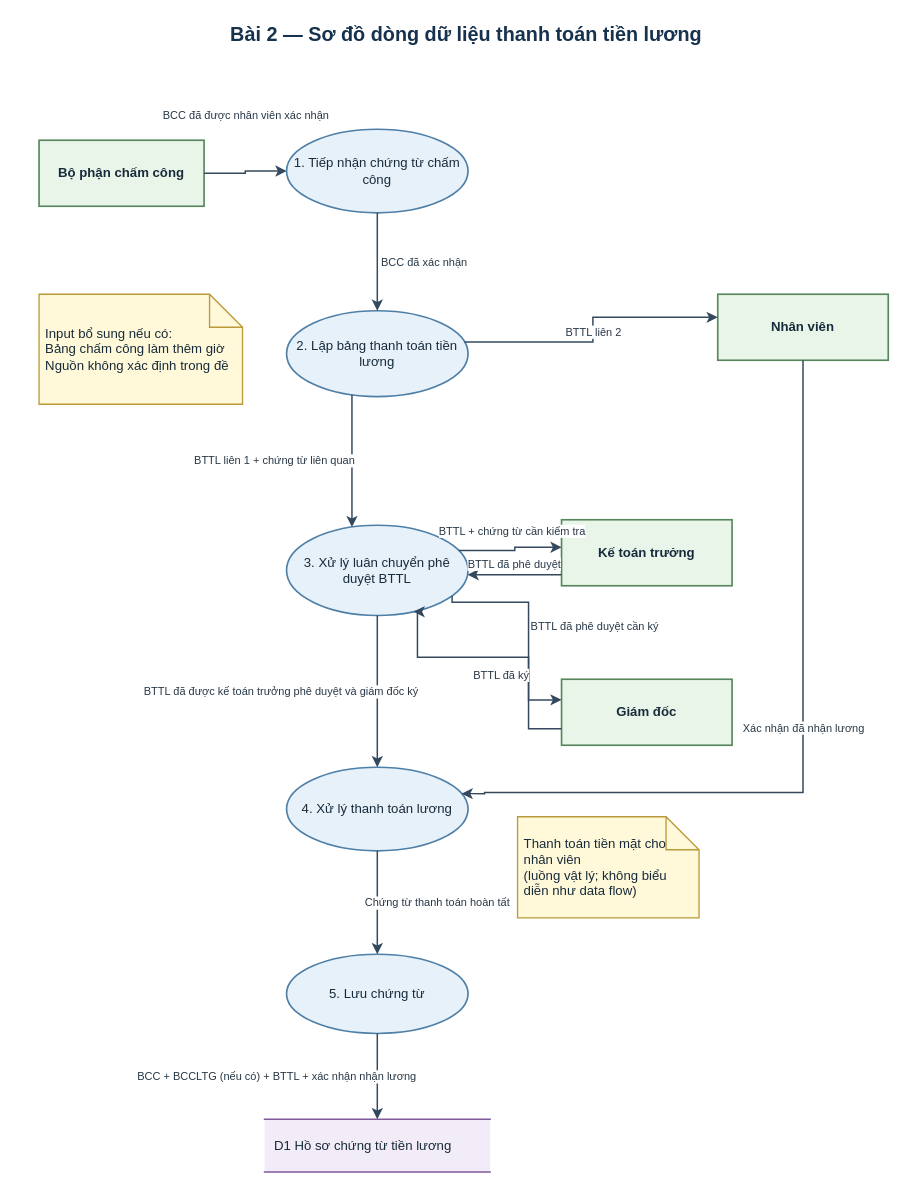
This is assets/drawio/03_payroll_payment_dfd.drawio from saigonbaddielover/thtrang, a draw.io file, before an edit. Source tidied: cells renumbered, new cells numbered last; positions are measured from the earlier drawing's top-left corner, leaving out a move shared by most shapes. Both pictures are drawn from the tidied source at 110%, with x=0, y=0 at pixel (38, 19).
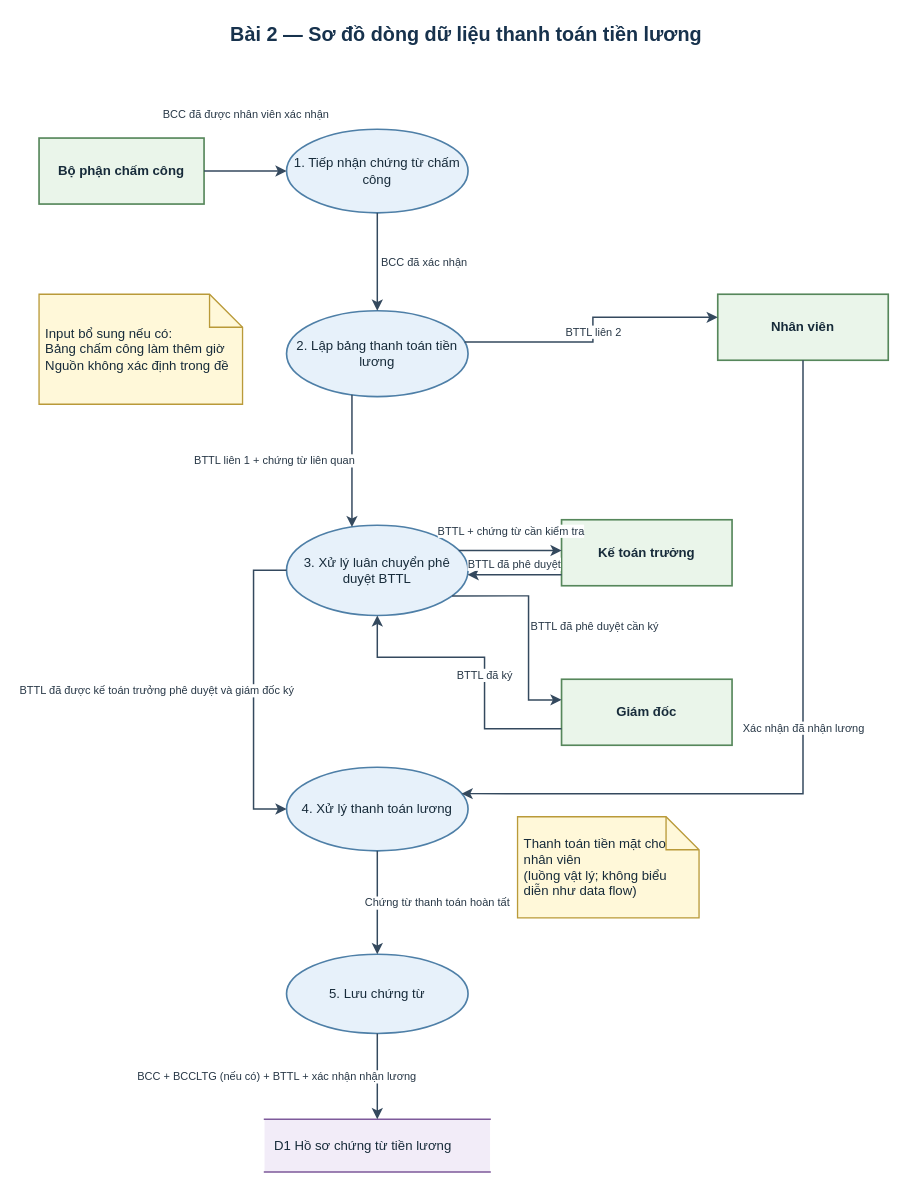
Above is the later version.

The change refers to these unchanged cells:
```xml
<mxCell id="4" value="Nhân viên" style="rounded=0;html=1;whiteSpace=wrap;fontFamily=Arial;align=center;verticalAlign=middle;fontColor=#172B3A; fontSize=11;fontStyle=1;spacing=5;fillColor=#EAF5EA;strokeColor=#56875B;strokeWidth=1.5;" parent="1" vertex="1">
  <mxGeometry x="617" y="250" width="155" height="60" as="geometry" />
</mxCell>
<mxCell id="5" value="Kế toán trưởng" style="rounded=0;html=1;whiteSpace=wrap;fontFamily=Arial;align=center;verticalAlign=middle;fontColor=#172B3A; fontSize=11;fontStyle=1;spacing=5;fillColor=#EAF5EA;strokeColor=#56875B;strokeWidth=1.5;" parent="1" vertex="1">
  <mxGeometry x="475" y="455" width="155" height="60" as="geometry" />
</mxCell>
<mxCell id="6" value="Giám đốc" style="rounded=0;html=1;whiteSpace=wrap;fontFamily=Arial;align=center;verticalAlign=middle;fontColor=#172B3A; fontSize=11;fontStyle=1;spacing=5;fillColor=#EAF5EA;strokeColor=#56875B;strokeWidth=1.5;" parent="1" vertex="1">
  <mxGeometry x="475" y="600" width="155" height="60" as="geometry" />
</mxCell>
<mxCell id="9" value="3. Xử lý luân chuyển phê duyệt BTTL" style="shape=ellipse;perimeter=ellipsePerimeter;html=1;whiteSpace=wrap;fontFamily=Arial;align=center;verticalAlign=middle;fontColor=#172B3A; fontSize=11;spacing=5;fillColor=#E7F1FA;strokeColor=#4E7FA7;strokeWidth=1.5;" parent="1" vertex="1">
  <mxGeometry x="225" y="460" width="165" height="82" as="geometry" />
</mxCell>
<mxCell id="10" value="4. Xử lý thanh toán lương" style="shape=ellipse;perimeter=ellipsePerimeter;html=1;whiteSpace=wrap;fontFamily=Arial;align=center;verticalAlign=middle;fontColor=#172B3A; fontSize=11;spacing=5;fillColor=#E7F1FA;strokeColor=#4E7FA7;strokeWidth=1.5;" parent="1" vertex="1">
  <mxGeometry x="225" y="680" width="165" height="76" as="geometry" />
</mxCell>
```

Change to the diagram source:
```diff
@@
     <mxCell id="3" value="Bộ phận chấm công" style="rounded=0;html=1;whiteSpace=wrap;fontFamily=Arial;align=center;verticalAlign=middle;fontColor=#172B3A; fontSize=11;fontStyle=1;spacing=5;fillColor=#EAF5EA;strokeColor=#56875B;strokeWidth=1.5;" parent="1" vertex="1">
-      <mxGeometry y="110" width="150" height="60" as="geometry" />
+      <mxGeometry y="108" width="150" height="60" as="geometry" />
     </mxCell>
@@
-    <mxCell id="19" value="BTTL + chứng từ cần kiểm tra" style="edgeStyle=orthogonalEdgeStyle;rounded=0;jettySize=auto;html=1;fontFamily=Arial;fontSize=10;fontColor=#273746;labelBackgroundColor=#FFFFFF;strokeColor=#34495E;strokeWidth=1.35;endArrow=classic;endFill=1;exitX=1;exitY=0.25;entryX=0;entryY=0.417;" parent="1" edge="1" source="9" target="5">
+    <mxCell id="19" value="BTTL + chứng từ cần kiểm tra" style="edgeStyle=orthogonalEdgeStyle;rounded=0;jettySize=auto;html=1;fontFamily=Arial;fontSize=10;fontColor=#273746;labelBackgroundColor=#FFFFFF;strokeColor=#34495E;strokeWidth=1.35;endArrow=classic;endFill=1;exitX=1;exitY=0.25;entryX=0;entryY=0.466;" parent="1" edge="1" source="9" target="5">
       <mxGeometry relative="1" as="geometry">
         <mxPoint y="-18" as="offset" />
       </mxGeometry>
     </mxCell>
@@
     <mxCell id="21" value="BTTL đã phê duyệt cần ký" style="edgeStyle=orthogonalEdgeStyle;rounded=0;jettySize=auto;html=1;fontFamily=Arial;fontSize=10;fontColor=#273746;labelBackgroundColor=#FFFFFF;strokeColor=#34495E;strokeWidth=1.35;endArrow=classic;endFill=1;exitX=1;exitY=0.85;entryX=0;entryY=0.3125;" parent="1" edge="1" source="9" target="6">
       <mxGeometry relative="1" as="geometry">
         <Array as="points">
-          <mxPoint x="445" y="530" />
-          <mxPoint x="445" y="618" />
+          <mxPoint x="445" y="524.2" />
+          <mxPoint x="445" y="618.8" />
         </Array>
         <mxPoint x="60" as="offset" />
       </mxGeometry>
     </mxCell>
-    <mxCell id="22" value="BTTL đã ký" style="edgeStyle=orthogonalEdgeStyle;rounded=0;jettySize=auto;html=1;fontFamily=Arial;fontSize=10;fontColor=#273746;labelBackgroundColor=#FFFFFF;strokeColor=#34495E;strokeWidth=1.35;endArrow=classic;endFill=1;exitX=0;exitY=0.75;entryX=0.72;entryY=1;" parent="1" edge="1" source="6" target="9">
+    <mxCell id="22" value="BTTL đã ký" style="edgeStyle=orthogonalEdgeStyle;rounded=0;jettySize=auto;html=1;fontFamily=Arial;fontSize=10;fontColor=#273746;labelBackgroundColor=#FFFFFF;strokeColor=#34495E;strokeWidth=1.35;endArrow=classic;endFill=1;exitX=0;exitY=0.75;entryX=0.5;entryY=1;" parent="1" edge="1" source="6" target="9">
       <mxGeometry relative="1" as="geometry">
         <Array as="points">
-          <mxPoint x="445" y="645" />
-          <mxPoint x="445" y="580" />
-          <mxPoint x="344" y="580" />
+          <mxPoint x="405" y="645" />
+          <mxPoint x="405" y="580" />
+          <mxPoint x="307.5" y="580" />
         </Array>
         <mxPoint y="16" as="offset" />
       </mxGeometry>
     </mxCell>
-    <mxCell id="23" value="BTTL đã được kế toán trưởng phê duyệt và giám đốc ký" style="edgeStyle=orthogonalEdgeStyle;rounded=0;jettySize=auto;html=1;fontFamily=Arial;fontSize=10;fontColor=#273746;labelBackgroundColor=#FFFFFF;strokeColor=#34495E;strokeWidth=1.35;endArrow=classic;endFill=1;exitX=0.5;exitY=1;entryX=0.5;entryY=0;" parent="1" edge="1" source="9" target="10">
+    <mxCell id="23" value="BTTL đã được kế toán trưởng phê duyệt và giám đốc ký" style="edgeStyle=orthogonalEdgeStyle;rounded=0;jettySize=auto;html=1;fontFamily=Arial;fontSize=10;fontColor=#273746;labelBackgroundColor=#FFFFFF;strokeColor=#34495E;strokeWidth=1.35;endArrow=classic;endFill=1;exitX=0;exitY=0.5;entryX=0;entryY=0.5;" parent="1" edge="1" source="9" target="10">
       <mxGeometry relative="1" as="geometry">
+        <Array as="points">
+          <mxPoint x="195" y="501" />
+          <mxPoint x="195" y="718" />
+        </Array>
         <mxPoint x="-88" as="offset" />
       </mxGeometry>
     </mxCell>
-    <mxCell id="24" value="Xác nhận đã nhận lương" style="edgeStyle=orthogonalEdgeStyle;rounded=0;jettySize=auto;html=1;fontFamily=Arial;fontSize=10;fontColor=#273746;labelBackgroundColor=#FFFFFF;strokeColor=#34495E;strokeWidth=1.35;endArrow=classic;endFill=1;exitX=0.5;exitY=1;entryX=1;entryY=0.3;" parent="1" edge="1" source="4" target="10">
+    <mxCell id="24" value="Xác nhận đã nhận lương" style="edgeStyle=orthogonalEdgeStyle;rounded=0;jettySize=auto;html=1;fontFamily=Arial;fontSize=10;fontColor=#273746;labelBackgroundColor=#FFFFFF;strokeColor=#34495E;strokeWidth=1.35;endArrow=classic;endFill=1;exitX=0.5;exitY=1;entryX=1;entryY=0.3026;" parent="1" edge="1" source="4" target="10">
       <mxGeometry relative="1" as="geometry">
         <Array as="points">
-          <mxPoint x="695" y="703" />
-          <mxPoint x="405" y="703" />
+          <mxPoint x="694.5" y="704" />
+          <mxPoint x="425" y="704" />
         </Array>
         <mxPoint y="-18" as="offset" />
       </mxGeometry>
     </mxCell>
```
